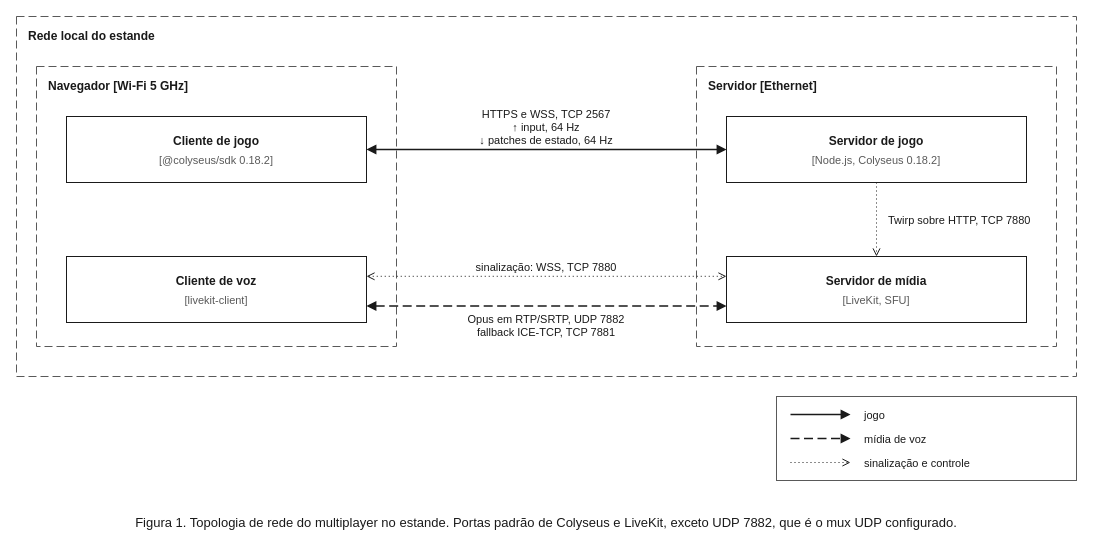
The draw.io diagram page "Figura 1. Topologia" (1 of 4) of docs/rede/arquitetura-de-rede.drawio in Evolutionary-Coders/shobu, before the edit. Source tidied: cells renumbered, new cells numbered last; positions are measured from the earlier drawing's top-left corner, leaving out a move shared by most shapes. Both pictures are drawn from the tidied source at 100%, with x=0, y=0 at pixel (16, 16).
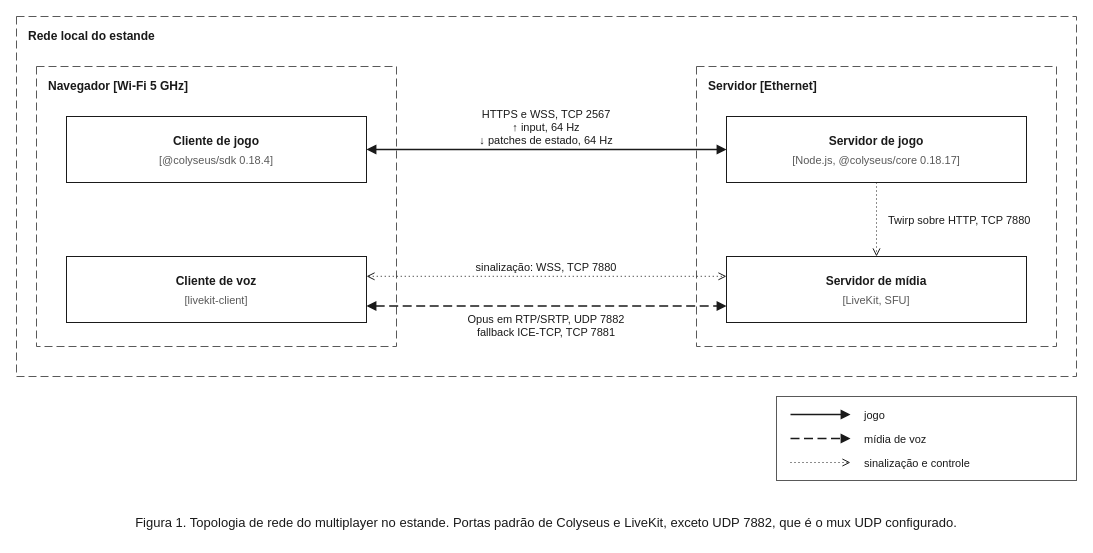
Above is the later version.

Commit message (it also covers changes not shown here):
docs: show the pinned colyseus versions in the topology figure

The change refers to these unchanged cells:
```xml
<mxCell id="3" value="Navegador [Wi-Fi 5 GHz]" style="rounded=0;fillColor=none;strokeColor=#595959;dashed=1;dashPattern=8 4;verticalAlign=top;align=left;spacingLeft=10;spacingTop=6;fontFamily=Helvetica;fontSize=12;fontColor=#1a1a1a;html=0;fontStyle=1;" parent="2" vertex="1">
  <mxGeometry x="20" y="50" width="360" height="280" as="geometry" />
</mxCell>
<mxCell id="10" value="Servidor [Ethernet]" style="rounded=0;fillColor=none;strokeColor=#595959;dashed=1;dashPattern=8 4;verticalAlign=top;align=left;spacingLeft=10;spacingTop=6;fontFamily=Helvetica;fontSize=12;fontColor=#1a1a1a;html=0;fontStyle=1;" parent="2" vertex="1">
  <mxGeometry x="680" y="50" width="360" height="280" as="geometry" />
</mxCell>
```

Diff of the diagram source:
```diff
@@
-    <mxCell id="6" value="[@colyseus/sdk 0.18.2]" style="text;align=left;verticalAlign=middle;strokeColor=none;fillColor=none;fontFamily=Helvetica;fontSize=12;fontColor=#1a1a1a;html=0;align=center;fontSize=11;fontColor=#595959;" parent="3" vertex="1">
+    <mxCell id="6" value="[@colyseus/sdk 0.18.4]" style="text;align=left;verticalAlign=middle;strokeColor=none;fillColor=none;fontFamily=Helvetica;fontSize=12;fontColor=#1a1a1a;html=0;align=center;fontSize=11;fontColor=#595959;" parent="3" vertex="1">
       <mxGeometry x="30" y="84" width="300" height="18" as="geometry" />
     </mxCell>
@@
-    <mxCell id="13" value="[Node.js, Colyseus 0.18.2]" style="text;align=left;verticalAlign=middle;strokeColor=none;fillColor=none;fontFamily=Helvetica;fontSize=12;fontColor=#1a1a1a;html=0;align=center;fontSize=11;fontColor=#595959;" parent="10" vertex="1">
+    <mxCell id="13" value="[Node.js, @colyseus/core 0.18.17]" style="text;align=left;verticalAlign=middle;strokeColor=none;fillColor=none;fontFamily=Helvetica;fontSize=12;fontColor=#1a1a1a;html=0;align=center;fontSize=11;fontColor=#595959;" parent="10" vertex="1">
       <mxGeometry x="30" y="84" width="300" height="18" as="geometry" />
     </mxCell>
```
